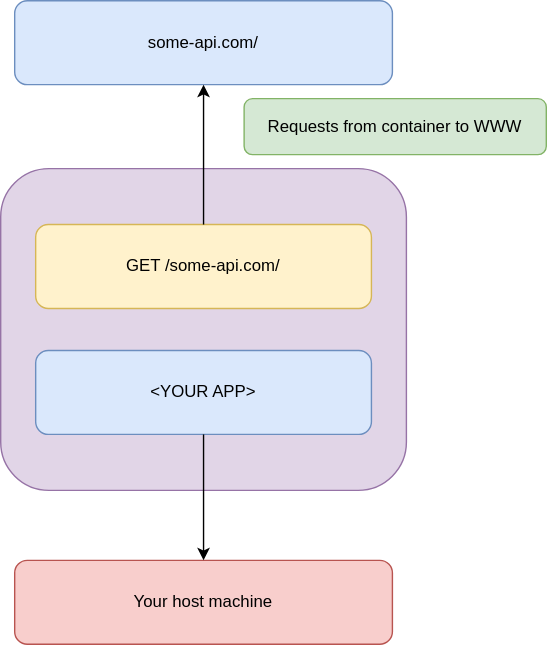
Before: docs/external.svg, a diagram exported from draw.io (TomSpencerLondon/Docker-And-Kubernetes). Source tidied: cells renumbered, new cells last; positions are measured from the earlier drawing's top-left corner, leaving out a move shared by most shapes.
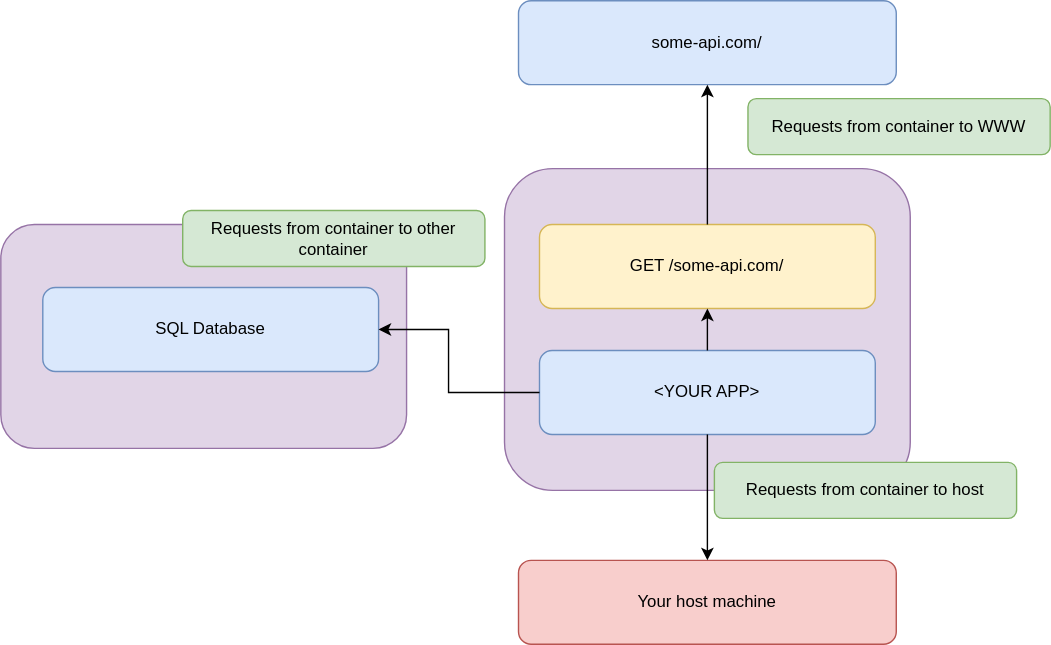
The same file after the commit.

Commit message:
Add connection to other containers

Diff of the diagram source:
```diff
@@ -26,5 +26,28 @@
     <mxCell id="9" style="endArrow=classic;html=1;rounded=0;exitX=0.5;exitY=1;exitDx=0;exitDy=0;entryX=0.5;entryY=0;entryDx=0;entryDy=0;" parent="1" edge="1" source="4" target="8">
       <mxGeometry relative="1" as="geometry" />
     </mxCell>
+    <mxCell id="10" style="rounded=1;whiteSpace=wrap;html=1;fillColor=#e1d5e7;strokeColor=#9673a6;" parent="1" vertex="1">
+      <mxGeometry x="-360" y="160" width="290" height="160" as="geometry" />
+    </mxCell>
+    <mxCell id="11" value="SQL Database" style="rounded=1;whiteSpace=wrap;html=1;fillColor=#dae8fc;strokeColor=#6c8ebf;" parent="1" vertex="1">
+      <mxGeometry x="-330" y="205" width="240" height="60" as="geometry" />
+    </mxCell>
+    <mxCell id="12" value="Requests from container to host" style="rounded=1;whiteSpace=wrap;html=1;fillColor=#d5e8d4;strokeColor=#82b366;" parent="1" vertex="1">
+      <mxGeometry x="150" y="330" width="216" height="40" as="geometry" />
+    </mxCell>
+    <mxCell id="13" value="Requests from container to other container" style="rounded=1;whiteSpace=wrap;html=1;fillColor=#d5e8d4;strokeColor=#82b366;" parent="1" vertex="1">
+      <mxGeometry x="-230" y="150" width="216" height="40" as="geometry" />
+    </mxCell>
+    <mxCell id="14" style="endArrow=classic;html=1;rounded=0;exitX=0;exitY=0.5;exitDx=0;exitDy=0;entryX=1;entryY=0.5;entryDx=0;entryDy=0;" parent="1" edge="1" source="4" target="11">
+      <mxGeometry relative="1" as="geometry">
+        <Array as="points">
+          <mxPoint x="-40" y="280" />
+          <mxPoint x="-40" y="235" />
+        </Array>
+      </mxGeometry>
+    </mxCell>
+    <mxCell id="15" style="endArrow=classic;html=1;rounded=0;exitX=0.5;exitY=0;exitDx=0;exitDy=0;entryX=0.5;entryY=1;entryDx=0;entryDy=0;" parent="1" edge="1" source="4" target="3">
+      <mxGeometry relative="1" as="geometry" />
+    </mxCell>
   </root>
 </mxGraphModel>
```
